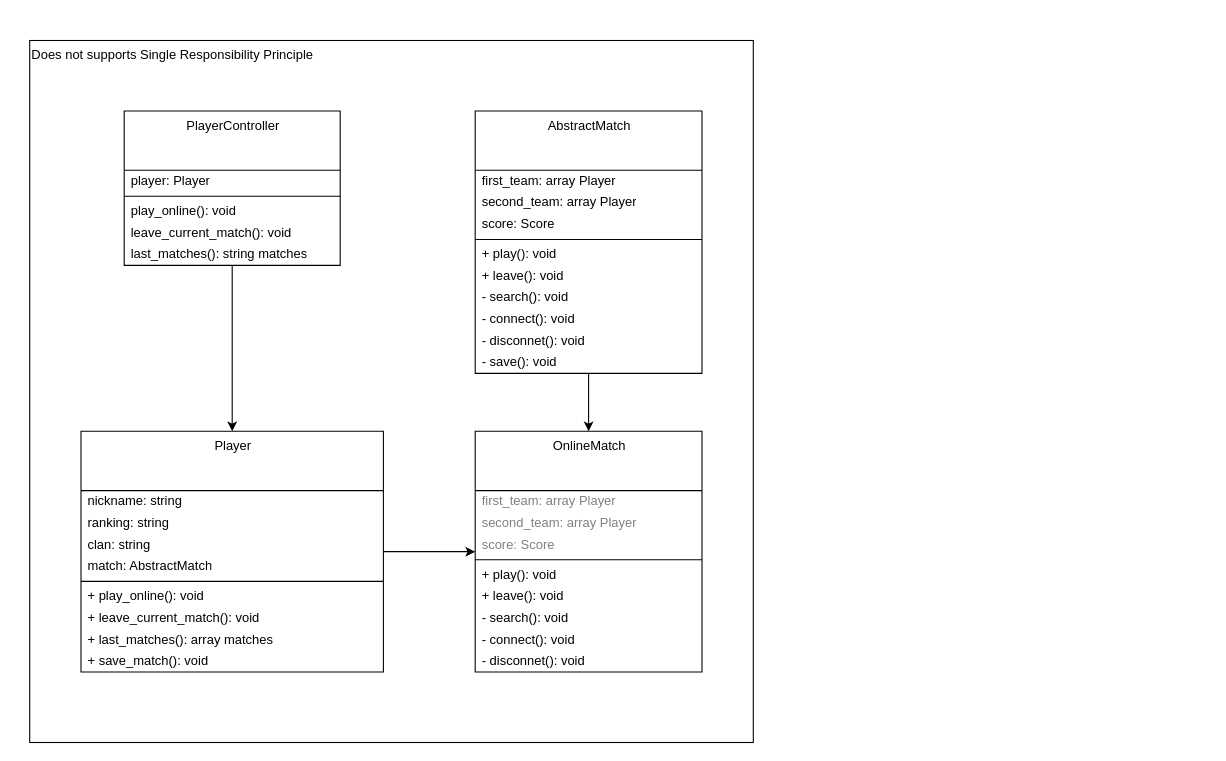
The draw.io diagram page "SRP-BROKEN" (4 of 6) of images/clean-code-clean-classes/clean-classes.drawio in GabrielSlima/blog, before the edit. Source tidied: cells renumbered, new cells numbered last; positions are measured from the earlier drawing's top-left corner, leaving out a move shared by most shapes. Both pictures are drawn from the tidied source at 108%, with x=0, y=0 at pixel (29, 40).
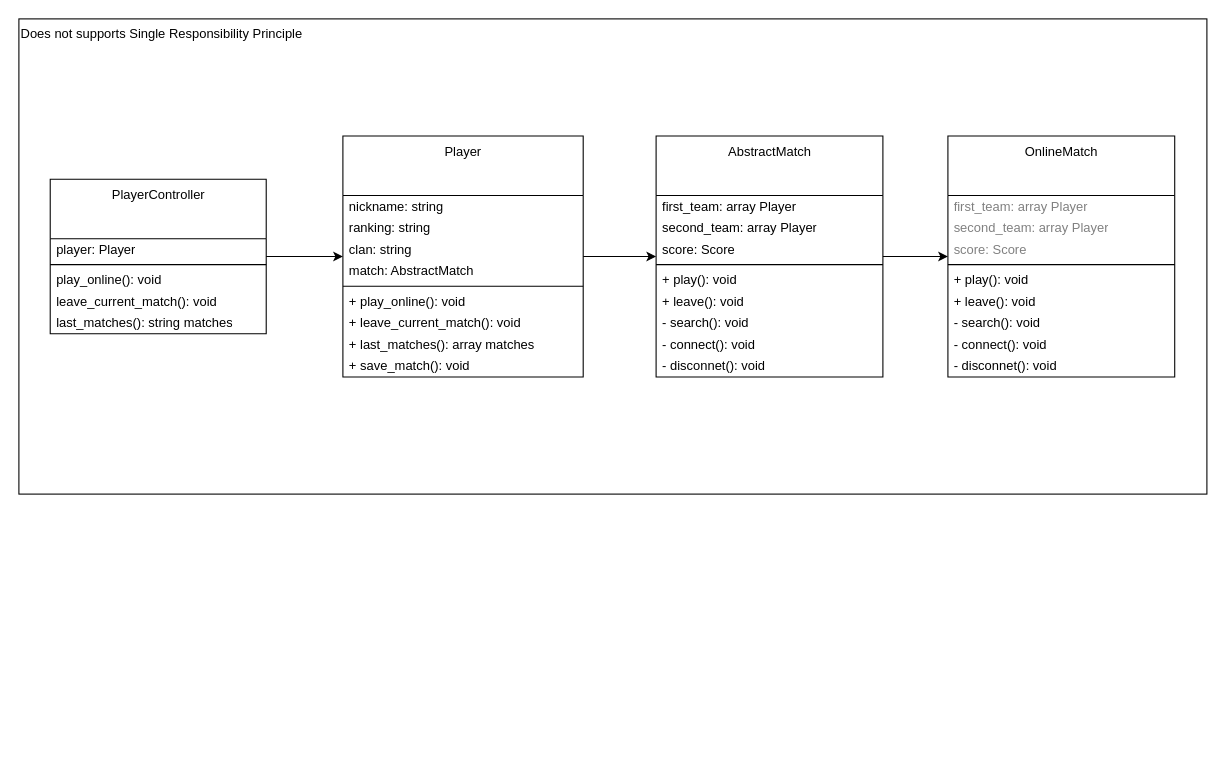
Above is the later version.

Change to the diagram source:
```diff
@@
     <mxCell id="2" value="Does not supports Single Responsibility Principle" style="rounded=0;whiteSpace=wrap;html=1;fillColor=none;align=left;verticalAlign=top;" parent="1" vertex="1">
-      <mxGeometry width="670" height="650" as="geometry" />
+      <mxGeometry x="-10" y="-20" width="1100" height="440" as="geometry" />
     </mxCell>
@@
     <mxCell id="4" value="PlayerController" style="swimlane;fontStyle=0;align=center;verticalAlign=top;horizontal=1;startSize=55;html=1;fillColor=none;" parent="1" vertex="1">
-      <mxGeometry x="87.5" y="65.2" width="200" height="143" as="geometry" />
+      <mxGeometry x="19" y="128.5" width="200" height="143" as="geometry" />
     </mxCell>
@@
-    <mxCell id="10" style="edgeStyle=orthogonalEdgeStyle;rounded=0;jettySize=auto;html=1;fontColor=#808080;" parent="1" edge="1" source="11" target="21">
-      <mxGeometry relative="1" as="geometry" />
-    </mxCell>
+    <mxCell id="43" style="edgeStyle=orthogonalEdgeStyle;rounded=0;jettySize=auto;html=1;" parent="1" edge="1" source="11" target="32">
+      <mxGeometry relative="1" as="geometry" />
+    </mxCell>
     <mxCell id="11" value="&lt;div&gt;Player&lt;/div&gt;" style="swimlane;fontStyle=0;align=center;verticalAlign=top;horizontal=1;startSize=55;html=1;fillColor=none;" parent="1" vertex="1">
-      <mxGeometry x="47.5" y="361.8" width="280" height="223" as="geometry" />
+      <mxGeometry x="290" y="88.5" width="222.5" height="223" as="geometry" />
     </mxCell>
     <mxCell id="12" value="nickname: string" style="text;html=1;strokeColor=none;fillColor=none;align=left;verticalAlign=middle;spacingLeft=4;spacingRight=4;overflow=hidden;" parent="11" vertex="1">
-      <mxGeometry y="55" width="280" height="20" as="geometry" />
+      <mxGeometry y="55" width="222.5" height="20" as="geometry" />
     </mxCell>
     <mxCell id="13" value="&lt;div&gt;ranking: string&lt;br&gt;&lt;/div&gt;" style="text;html=1;strokeColor=none;fillColor=none;align=left;verticalAlign=middle;spacingLeft=4;spacingRight=4;overflow=hidden;" parent="11" vertex="1">
-      <mxGeometry y="75" width="280" height="20" as="geometry" />
+      <mxGeometry y="75" width="222.5" height="20" as="geometry" />
     </mxCell>
     <mxCell id="14" value="&lt;div&gt;clan: string&lt;br&gt;&lt;/div&gt;" style="text;html=1;strokeColor=none;fillColor=none;align=left;verticalAlign=middle;spacingLeft=4;spacingRight=4;overflow=hidden;" parent="11" vertex="1">
-      <mxGeometry y="95" width="280" height="20" as="geometry" />
+      <mxGeometry y="95" width="222.5" height="20" as="geometry" />
     </mxCell>
     <mxCell id="15" value="&lt;div&gt;match: AbstractMatch&lt;br&gt;&lt;/div&gt;" style="text;html=1;strokeColor=none;fillColor=none;align=left;verticalAlign=middle;spacingLeft=4;spacingRight=4;overflow=hidden;" parent="11" vertex="1">
-      <mxGeometry y="115" width="280" height="20" as="geometry" />
+      <mxGeometry y="115" width="222.5" height="20" as="geometry" />
     </mxCell>
     <mxCell id="16" style="line;strokeWidth=1;fillColor=none;align=left;verticalAlign=middle;spacingTop=-1;spacingLeft=3;spacingRight=3;labelPosition=right;" parent="11" vertex="1">
-      <mxGeometry y="135" width="280" height="8" as="geometry" />
+      <mxGeometry y="135" width="222.5" height="8" as="geometry" />
     </mxCell>
     <mxCell id="17" value="+ play_online(): void" style="text;html=1;strokeColor=none;fillColor=none;align=left;verticalAlign=middle;spacingLeft=4;spacingRight=4;overflow=hidden;" parent="11" vertex="1">
-      <mxGeometry y="143" width="280" height="20" as="geometry" />
+      <mxGeometry y="143" width="222.5" height="20" as="geometry" />
     </mxCell>
     <mxCell id="18" value="+ leave_current_match(): void" style="text;html=1;strokeColor=none;fillColor=none;align=left;verticalAlign=middle;spacingLeft=4;spacingRight=4;overflow=hidden;" parent="11" vertex="1">
-      <mxGeometry y="163" width="280" height="20" as="geometry" />
+      <mxGeometry y="163" width="222.5" height="20" as="geometry" />
     </mxCell>
     <mxCell id="19" value="+ last_matches(): array matches" style="text;html=1;strokeColor=none;fillColor=none;align=left;verticalAlign=middle;spacingLeft=4;spacingRight=4;overflow=hidden;" parent="11" vertex="1">
-      <mxGeometry y="183" width="280" height="20" as="geometry" />
+      <mxGeometry y="183" width="222.5" height="20" as="geometry" />
     </mxCell>
     <mxCell id="20" value="+ save_match(): void" style="text;html=1;strokeColor=none;fillColor=none;align=left;verticalAlign=middle;spacingLeft=4;spacingRight=4;overflow=hidden;" parent="11" vertex="1">
-      <mxGeometry y="203" width="280" height="20" as="geometry" />
+      <mxGeometry y="203" width="222.5" height="20" as="geometry" />
     </mxCell>
     <mxCell id="21" value="OnlineMatch" style="swimlane;fontStyle=0;align=center;verticalAlign=top;horizontal=1;startSize=55;html=1;fillColor=none;" parent="1" vertex="1">
-      <mxGeometry x="412.5" y="361.8" width="210" height="223" as="geometry" />
+      <mxGeometry x="850.2" y="88.5" width="210" height="223" as="geometry" />
     </mxCell>
@@
-    <mxCell id="31" style="edgeStyle=orthogonalEdgeStyle;rounded=0;jettySize=auto;html=1;entryX=0.5;entryY=0;entryDx=0;entryDy=0;fontColor=#808080;" parent="1" edge="1" source="32" target="21">
+    <mxCell id="31" style="edgeStyle=orthogonalEdgeStyle;rounded=0;jettySize=auto;html=1;" parent="1" edge="1" source="32" target="21">
       <mxGeometry relative="1" as="geometry" />
     </mxCell>
     <mxCell id="32" value="AbstractMatch" style="swimlane;fontStyle=0;align=center;verticalAlign=top;horizontal=1;startSize=55;html=1;fillColor=none;" parent="1" vertex="1">
-      <mxGeometry x="412.5" y="65.2" width="210" height="243" as="geometry" />
+      <mxGeometry x="580" y="88.5" width="210" height="223" as="geometry" />
     </mxCell>
@@
-    <mxCell id="42" value="- save(): void" style="text;html=1;strokeColor=none;fillColor=none;align=left;verticalAlign=middle;spacingLeft=4;spacingRight=4;overflow=hidden;" parent="32" vertex="1">
-      <mxGeometry y="223" width="210" height="20" as="geometry" />
-    </mxCell>
```
